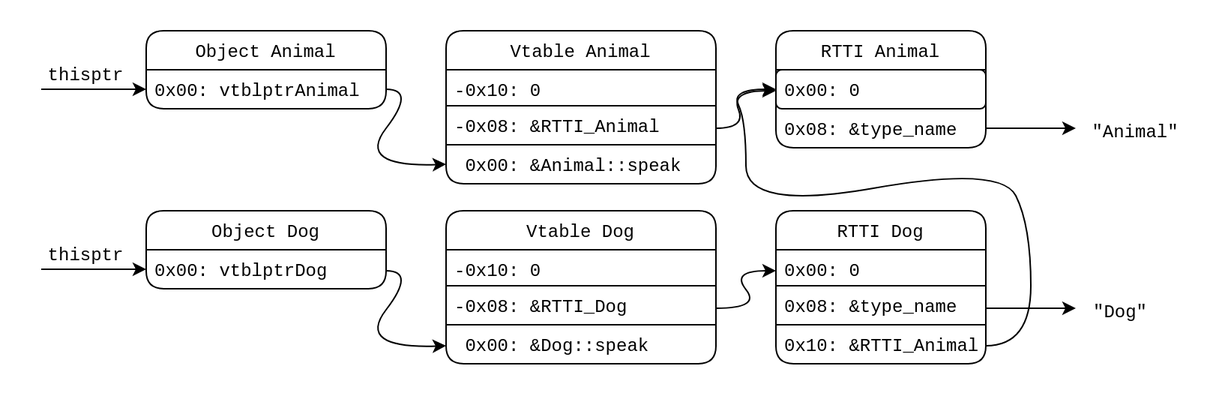
Before: RTTI_graph.png, a diagram exported from draw.io (louismerlin/master-thesis). Source tidied: cells renumbered, new cells last; positions are measured from the earlier drawing's top-left corner, leaving out a move shared by most shapes. Source of this version:
```xml
<mxGraphModel>
  <root>
    <mxCell id="0" />
    <mxCell id="1" parent="0" />
    <mxCell id="2" value="Object Animal" style="swimlane;fontStyle=0;horizontal=1;startSize=26;rounded=1;fontFamily=Courier New;" parent="1" vertex="1">
      <mxGeometry x="70" width="160" height="52" as="geometry" />
    </mxCell>
    <mxCell id="3" value="0x00: vtblptrAnimal" style="text;fillColor=none;align=left;verticalAlign=top;spacingLeft=4;spacingRight=4;overflow=hidden;points=[[0,0.5],[1,0.5]];portConstraint=eastwest;fontFamily=Courier New;" parent="2" vertex="1">
      <mxGeometry y="26" width="160" height="26" as="geometry" />
    </mxCell>
    <mxCell id="4" value="Vtable Animal" style="swimlane;fontStyle=0;horizontal=1;startSize=26;rounded=1;fontFamily=Courier New;" parent="1" vertex="1">
      <mxGeometry x="270" width="180" height="102" as="geometry" />
    </mxCell>
    <mxCell id="5" value="-0x10: 0" style="text;fillColor=none;align=left;verticalAlign=top;spacingLeft=4;spacingRight=4;overflow=hidden;strokeColor=#000000;fontFamily=Courier New;" parent="4" vertex="1">
      <mxGeometry y="26" width="180" height="24" as="geometry" />
    </mxCell>
    <mxCell id="6" value="-0x08: &amp;RTTI_Animal" style="text;fillColor=none;align=left;verticalAlign=top;spacingLeft=4;spacingRight=4;overflow=hidden;strokeColor=#000000;fontFamily=Courier New;" parent="4" vertex="1">
      <mxGeometry y="50" width="180" height="26" as="geometry" />
    </mxCell>
    <mxCell id="7" value=" 0x00: &amp;Animal::speak" style="text;fillColor=none;align=left;verticalAlign=top;spacingLeft=4;spacingRight=4;overflow=hidden;points=[[0,0.5],[1,0.5]];portConstraint=eastwest;fontFamily=Courier New;" parent="4" vertex="1">
      <mxGeometry y="76" width="180" height="26" as="geometry" />
    </mxCell>
    <mxCell id="8" value="RTTI Animal" style="swimlane;fontStyle=0;horizontal=1;startSize=26;rounded=1;fontFamily=Courier New;" parent="1" vertex="1">
      <mxGeometry x="490" width="140" height="78" as="geometry" />
    </mxCell>
    <mxCell id="9" value="0x00: 0" style="text;fillColor=none;align=left;verticalAlign=top;spacingLeft=4;spacingRight=4;overflow=hidden;points=[[0,0.5],[1,0.5]];portConstraint=eastwest;strokeColor=#000000;rounded=1;fontFamily=Courier New;" parent="8" vertex="1">
      <mxGeometry y="26" width="140" height="26" as="geometry" />
    </mxCell>
    <mxCell id="10" value="0x08: &amp;type_name" style="text;fillColor=none;align=left;verticalAlign=top;spacingLeft=4;spacingRight=4;overflow=hidden;points=[[0,0.5],[1,0.5]];portConstraint=eastwest;rounded=1;fontFamily=Courier New;" parent="8" vertex="1">
      <mxGeometry y="52" width="140" height="26" as="geometry" />
    </mxCell>
    <mxCell id="11" style="endArrow=classic;html=1;entryX=0;entryY=0.5;entryDx=0;entryDy=0;fontFamily=Courier New;" parent="1" edge="1" target="3">
      <mxGeometry relative="1" as="geometry">
        <mxPoint y="39" as="sourcePoint" />
      </mxGeometry>
    </mxCell>
    <mxCell id="12" value="thisptr" style="text;html=1;strokeColor=none;fillColor=none;align=center;verticalAlign=middle;whiteSpace=wrap;rounded=0;fontFamily=Courier New;" parent="1" vertex="1">
      <mxGeometry x="10" y="20" width="40" height="20" as="geometry" />
    </mxCell>
    <mxCell id="13" style="curved=1;endArrow=classic;html=1;exitX=1;exitY=0.5;exitDx=0;exitDy=0;entryX=0;entryY=0.5;entryDx=0;entryDy=0;fontFamily=Courier New;" parent="1" edge="1" source="3" target="7">
      <mxGeometry relative="1" as="geometry">
        <Array as="points">
          <mxPoint x="250" y="39" />
          <mxPoint x="210" y="91" />
        </Array>
      </mxGeometry>
    </mxCell>
    <mxCell id="14" style="curved=1;endArrow=classic;html=1;fontFamily=Courier New;" parent="1" edge="1">
      <mxGeometry relative="1" as="geometry">
        <mxPoint x="450" y="65" as="sourcePoint" />
        <mxPoint x="490" y="40" as="targetPoint" />
        <Array as="points">
          <mxPoint x="470" y="65" />
          <mxPoint x="460" y="40" />
        </Array>
      </mxGeometry>
    </mxCell>
    <mxCell id="15" style="endArrow=classic;html=1;fontFamily=Courier New;exitX=1;exitY=0.5;exitDx=0;exitDy=0;" parent="1" edge="1" source="10">
      <mxGeometry relative="1" as="geometry">
        <mxPoint x="690" y="65" as="targetPoint" />
      </mxGeometry>
    </mxCell>
    <mxCell id="16" value="&quot;Animal&quot;" style="text;html=1;strokeColor=none;fillColor=none;align=center;verticalAlign=middle;whiteSpace=wrap;rounded=0;fontFamily=Courier New;" parent="1" vertex="1">
      <mxGeometry x="710" y="58" width="40" height="20" as="geometry" />
    </mxCell>
    <mxCell id="17" value="Object Dog" style="swimlane;fontStyle=0;horizontal=1;startSize=26;rounded=1;fontFamily=Courier New;" parent="1" vertex="1">
      <mxGeometry x="70" y="120" width="160" height="52" as="geometry" />
    </mxCell>
    <mxCell id="18" value="0x00: vtblptrDog" style="text;fillColor=none;align=left;verticalAlign=top;spacingLeft=4;spacingRight=4;overflow=hidden;points=[[0,0.5],[1,0.5]];portConstraint=eastwest;fontFamily=Courier New;" parent="17" vertex="1">
      <mxGeometry y="26" width="160" height="26" as="geometry" />
    </mxCell>
    <mxCell id="19" value="Vtable Dog" style="swimlane;fontStyle=0;horizontal=1;startSize=26;rounded=1;fontFamily=Courier New;" parent="1" vertex="1">
      <mxGeometry x="270" y="120" width="180" height="102" as="geometry" />
    </mxCell>
    <mxCell id="20" value="-0x10: 0" style="text;fillColor=none;align=left;verticalAlign=top;spacingLeft=4;spacingRight=4;overflow=hidden;strokeColor=#000000;fontFamily=Courier New;" parent="19" vertex="1">
      <mxGeometry y="26" width="180" height="24" as="geometry" />
    </mxCell>
    <mxCell id="21" value="-0x08: &amp;RTTI_Dog" style="text;fillColor=none;align=left;verticalAlign=top;spacingLeft=4;spacingRight=4;overflow=hidden;strokeColor=#000000;fontFamily=Courier New;" parent="19" vertex="1">
      <mxGeometry y="50" width="180" height="26" as="geometry" />
    </mxCell>
    <mxCell id="22" value=" 0x00: &amp;Dog::speak" style="text;fillColor=none;align=left;verticalAlign=top;spacingLeft=4;spacingRight=4;overflow=hidden;fontFamily=Courier New;" parent="19" vertex="1">
      <mxGeometry y="76" width="180" height="26" as="geometry" />
    </mxCell>
    <mxCell id="23" style="endArrow=classic;html=1;entryX=0;entryY=0.5;entryDx=0;entryDy=0;fontFamily=Courier New;" parent="1" edge="1" target="18">
      <mxGeometry relative="1" as="geometry">
        <mxPoint y="159" as="sourcePoint" />
      </mxGeometry>
    </mxCell>
    <mxCell id="24" value="thisptr" style="text;html=1;strokeColor=none;fillColor=none;align=center;verticalAlign=middle;whiteSpace=wrap;rounded=0;fontFamily=Courier New;" parent="1" vertex="1">
      <mxGeometry x="10" y="140" width="40" height="20" as="geometry" />
    </mxCell>
    <mxCell id="25" style="curved=1;endArrow=classic;html=1;fontFamily=Courier New;" parent="1" edge="1">
      <mxGeometry relative="1" as="geometry">
        <mxPoint x="450" y="185" as="sourcePoint" />
        <mxPoint x="490" y="160" as="targetPoint" />
        <Array as="points">
          <mxPoint x="480" y="185" />
          <mxPoint x="460" y="160" />
        </Array>
      </mxGeometry>
    </mxCell>
    <mxCell id="26" style="endArrow=classic;html=1;fontFamily=Courier New;exitX=1;exitY=0.5;exitDx=0;exitDy=0;" parent="1" edge="1">
      <mxGeometry relative="1" as="geometry">
        <mxPoint x="630" y="185" as="sourcePoint" />
        <mxPoint x="690" y="185" as="targetPoint" />
      </mxGeometry>
    </mxCell>
    <mxCell id="27" value="&quot;Dog&quot;" style="text;html=1;strokeColor=none;fillColor=none;align=center;verticalAlign=middle;whiteSpace=wrap;rounded=0;fontFamily=Courier New;" parent="1" vertex="1">
      <mxGeometry x="700" y="178" width="40" height="20" as="geometry" />
    </mxCell>
    <mxCell id="28" value="RTTI Dog" style="swimlane;fontStyle=0;horizontal=1;startSize=26;rounded=1;fontFamily=Courier New;" parent="1" vertex="1">
      <mxGeometry x="490" y="120" width="140" height="102" as="geometry" />
    </mxCell>
    <mxCell id="29" value="0x00: 0" style="text;fillColor=none;align=left;verticalAlign=top;spacingLeft=4;spacingRight=4;overflow=hidden;strokeColor=#000000;fontFamily=Courier New;" parent="28" vertex="1">
      <mxGeometry y="26" width="140" height="24" as="geometry" />
    </mxCell>
    <mxCell id="30" value="0x08: &amp;type_name" style="text;fillColor=none;align=left;verticalAlign=top;spacingLeft=4;spacingRight=4;overflow=hidden;points=[[0,0.5],[1,0.5]];portConstraint=eastwest;strokeColor=#000000;fontFamily=Courier New;" parent="28" vertex="1">
      <mxGeometry y="50" width="140" height="26" as="geometry" />
    </mxCell>
    <mxCell id="31" value="0x10: &amp;RTTI_Animal" style="text;fillColor=none;align=left;verticalAlign=top;spacingLeft=4;spacingRight=4;overflow=hidden;points=[[0,0.5],[1,0.5]];portConstraint=eastwest;fontFamily=Courier New;" parent="28" vertex="1">
      <mxGeometry y="76" width="140" height="26" as="geometry" />
    </mxCell>
    <mxCell id="32" style="curved=1;endArrow=classic;html=1;exitX=1;exitY=0.5;exitDx=0;exitDy=0;entryX=0;entryY=0.5;entryDx=0;entryDy=0;fontFamily=Courier New;" parent="1" edge="1">
      <mxGeometry relative="1" as="geometry">
        <mxPoint x="230" y="160" as="sourcePoint" />
        <mxPoint x="270" y="210" as="targetPoint" />
        <Array as="points">
          <mxPoint x="250" y="160" />
          <mxPoint x="210" y="212" />
        </Array>
      </mxGeometry>
    </mxCell>
    <mxCell id="33" style="curved=1;endArrow=classic;html=1;fontFamily=Courier New;entryX=0;entryY=0.5;entryDx=0;entryDy=0;" parent="1" edge="1" target="9">
      <mxGeometry relative="1" as="geometry">
        <mxPoint x="630" y="210" as="sourcePoint" />
        <Array as="points">
          <mxPoint x="660" y="210" />
          <mxPoint x="660" y="130" />
          <mxPoint x="640" y="90" />
          <mxPoint x="470" y="120" />
          <mxPoint x="470" y="60" />
          <mxPoint x="460" y="39" />
        </Array>
      </mxGeometry>
    </mxCell>
  </root>
</mxGraphModel>
```
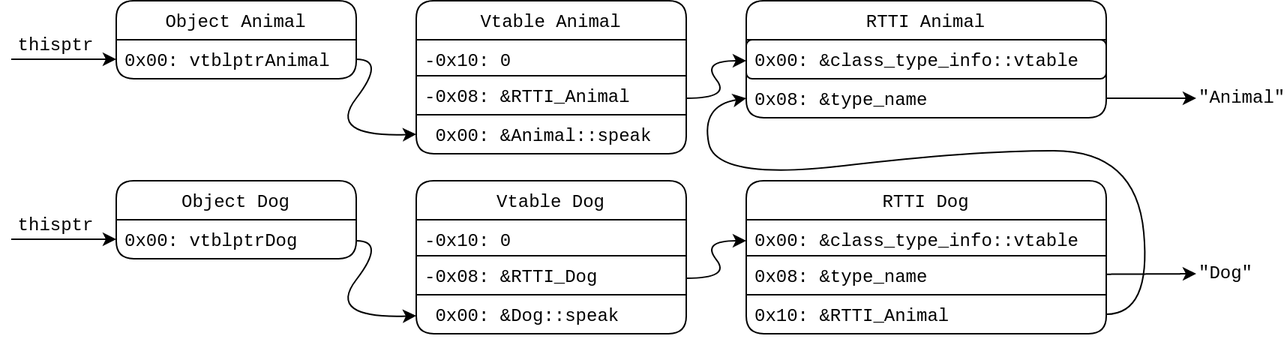
Later version of the same file.

The edit, as a diff of the source:
```diff
@@ -21,13 +21,13 @@
       <mxGeometry y="76" width="180" height="26" as="geometry" />
     </mxCell>
     <mxCell id="8" value="RTTI Animal" style="swimlane;fontStyle=0;horizontal=1;startSize=26;rounded=1;fontFamily=Courier New;" parent="1" vertex="1">
-      <mxGeometry x="490" width="140" height="78" as="geometry" />
+      <mxGeometry x="490" width="240" height="78" as="geometry" />
     </mxCell>
-    <mxCell id="9" value="0x00: 0" style="text;fillColor=none;align=left;verticalAlign=top;spacingLeft=4;spacingRight=4;overflow=hidden;points=[[0,0.5],[1,0.5]];portConstraint=eastwest;strokeColor=#000000;rounded=1;fontFamily=Courier New;" parent="8" vertex="1">
-      <mxGeometry y="26" width="140" height="26" as="geometry" />
+    <mxCell id="9" value="0x00: &amp;class_type_info::vtable" style="text;fillColor=none;align=left;verticalAlign=top;spacingLeft=4;spacingRight=4;overflow=hidden;points=[[0,0.5],[1,0.5]];portConstraint=eastwest;strokeColor=#000000;rounded=1;fontFamily=Courier New;" parent="8" vertex="1">
+      <mxGeometry y="26" width="240" height="26" as="geometry" />
     </mxCell>
     <mxCell id="10" value="0x08: &amp;type_name" style="text;fillColor=none;align=left;verticalAlign=top;spacingLeft=4;spacingRight=4;overflow=hidden;points=[[0,0.5],[1,0.5]];portConstraint=eastwest;rounded=1;fontFamily=Courier New;" parent="8" vertex="1">
-      <mxGeometry y="52" width="140" height="26" as="geometry" />
+      <mxGeometry y="52" width="240" height="26" as="geometry" />
     </mxCell>
     <mxCell id="11" style="endArrow=classic;html=1;entryX=0;entryY=0.5;entryDx=0;entryDy=0;fontFamily=Courier New;" parent="1" edge="1" target="3">
       <mxGeometry relative="1" as="geometry">
@@ -50,18 +50,18 @@
         <mxPoint x="450" y="65" as="sourcePoint" />
         <mxPoint x="490" y="40" as="targetPoint" />
         <Array as="points">
-          <mxPoint x="470" y="65" />
+          <mxPoint x="480" y="65" />
           <mxPoint x="460" y="40" />
         </Array>
       </mxGeometry>
     </mxCell>
-    <mxCell id="15" style="endArrow=classic;html=1;fontFamily=Courier New;exitX=1;exitY=0.5;exitDx=0;exitDy=0;" parent="1" edge="1" source="10">
+    <mxCell id="15" style="endArrow=classic;html=1;fontFamily=Courier New;" parent="1" edge="1" source="10">
       <mxGeometry relative="1" as="geometry">
-        <mxPoint x="690" y="65" as="targetPoint" />
+        <mxPoint x="790" y="65" as="targetPoint" />
       </mxGeometry>
     </mxCell>
-    <mxCell id="16" value="&quot;Animal&quot;" style="text;html=1;strokeColor=none;fillColor=none;align=center;verticalAlign=middle;whiteSpace=wrap;rounded=0;fontFamily=Courier New;" parent="1" vertex="1">
-      <mxGeometry x="710" y="58" width="40" height="20" as="geometry" />
+    <mxCell id="16" value="&quot;Animal&quot;" style="text;html=1;strokeColor=none;fillColor=none;align=left;verticalAlign=middle;whiteSpace=wrap;rounded=0;fontFamily=Courier New;" parent="1" vertex="1">
+      <mxGeometry x="790" y="55" width="40" height="20" as="geometry" />
     </mxCell>
     <mxCell id="17" value="Object Dog" style="swimlane;fontStyle=0;horizontal=1;startSize=26;rounded=1;fontFamily=Courier New;" parent="1" vertex="1">
       <mxGeometry x="70" y="120" width="160" height="52" as="geometry" />
@@ -99,26 +99,25 @@
         </Array>
       </mxGeometry>
     </mxCell>
-    <mxCell id="26" style="endArrow=classic;html=1;fontFamily=Courier New;exitX=1;exitY=0.5;exitDx=0;exitDy=0;" parent="1" edge="1">
+    <mxCell id="26" style="endArrow=classic;html=1;fontFamily=Courier New;" parent="1" edge="1" source="30">
       <mxGeometry relative="1" as="geometry">
-        <mxPoint x="630" y="185" as="sourcePoint" />
-        <mxPoint x="690" y="185" as="targetPoint" />
+        <mxPoint x="790" y="182" as="targetPoint" />
       </mxGeometry>
     </mxCell>
-    <mxCell id="27" value="&quot;Dog&quot;" style="text;html=1;strokeColor=none;fillColor=none;align=center;verticalAlign=middle;whiteSpace=wrap;rounded=0;fontFamily=Courier New;" parent="1" vertex="1">
-      <mxGeometry x="700" y="178" width="40" height="20" as="geometry" />
+    <mxCell id="27" value="&quot;Dog&quot;" style="text;html=1;strokeColor=none;fillColor=none;align=left;verticalAlign=middle;whiteSpace=wrap;rounded=0;fontFamily=Courier New;" parent="1" vertex="1">
+      <mxGeometry x="790" y="172" width="40" height="20" as="geometry" />
     </mxCell>
     <mxCell id="28" value="RTTI Dog" style="swimlane;fontStyle=0;horizontal=1;startSize=26;rounded=1;fontFamily=Courier New;" parent="1" vertex="1">
-      <mxGeometry x="490" y="120" width="140" height="102" as="geometry" />
+      <mxGeometry x="490" y="120" width="240" height="102" as="geometry" />
     </mxCell>
-    <mxCell id="29" value="0x00: 0" style="text;fillColor=none;align=left;verticalAlign=top;spacingLeft=4;spacingRight=4;overflow=hidden;strokeColor=#000000;fontFamily=Courier New;" parent="28" vertex="1">
-      <mxGeometry y="26" width="140" height="24" as="geometry" />
+    <mxCell id="29" value="0x00: &amp;class_type_info::vtable" style="text;fillColor=none;align=left;verticalAlign=top;spacingLeft=4;spacingRight=4;overflow=hidden;strokeColor=#000000;fontFamily=Courier New;" parent="28" vertex="1">
+      <mxGeometry y="26" width="240" height="24" as="geometry" />
     </mxCell>
     <mxCell id="30" value="0x08: &amp;type_name" style="text;fillColor=none;align=left;verticalAlign=top;spacingLeft=4;spacingRight=4;overflow=hidden;points=[[0,0.5],[1,0.5]];portConstraint=eastwest;strokeColor=#000000;fontFamily=Courier New;" parent="28" vertex="1">
-      <mxGeometry y="50" width="140" height="26" as="geometry" />
+      <mxGeometry y="50" width="240" height="26" as="geometry" />
     </mxCell>
     <mxCell id="31" value="0x10: &amp;RTTI_Animal" style="text;fillColor=none;align=left;verticalAlign=top;spacingLeft=4;spacingRight=4;overflow=hidden;points=[[0,0.5],[1,0.5]];portConstraint=eastwest;fontFamily=Courier New;" parent="28" vertex="1">
-      <mxGeometry y="76" width="140" height="26" as="geometry" />
+      <mxGeometry y="76" width="240" height="26" as="geometry" />
     </mxCell>
     <mxCell id="32" style="curved=1;endArrow=classic;html=1;exitX=1;exitY=0.5;exitDx=0;exitDy=0;entryX=0;entryY=0.5;entryDx=0;entryDy=0;fontFamily=Courier New;" parent="1" edge="1">
       <mxGeometry relative="1" as="geometry">
@@ -130,16 +129,14 @@
         </Array>
       </mxGeometry>
     </mxCell>
-    <mxCell id="33" style="curved=1;endArrow=classic;html=1;fontFamily=Courier New;entryX=0;entryY=0.5;entryDx=0;entryDy=0;" parent="1" edge="1" target="9">
+    <mxCell id="33" style="curved=1;endArrow=classic;html=1;fontFamily=Courier New;entryX=0;entryY=0.5;entryDx=0;entryDy=0;exitX=1;exitY=0.5;exitDx=0;exitDy=0;" parent="1" edge="1" source="31" target="10">
       <mxGeometry relative="1" as="geometry">
-        <mxPoint x="630" y="210" as="sourcePoint" />
         <Array as="points">
-          <mxPoint x="660" y="210" />
-          <mxPoint x="660" y="130" />
-          <mxPoint x="640" y="90" />
+          <mxPoint x="760" y="209" />
+          <mxPoint x="750" y="100" />
+          <mxPoint x="640" y="100" />
           <mxPoint x="470" y="120" />
-          <mxPoint x="470" y="60" />
-          <mxPoint x="460" y="39" />
+          <mxPoint x="460" y="70" />
         </Array>
       </mxGeometry>
     </mxCell>
```
